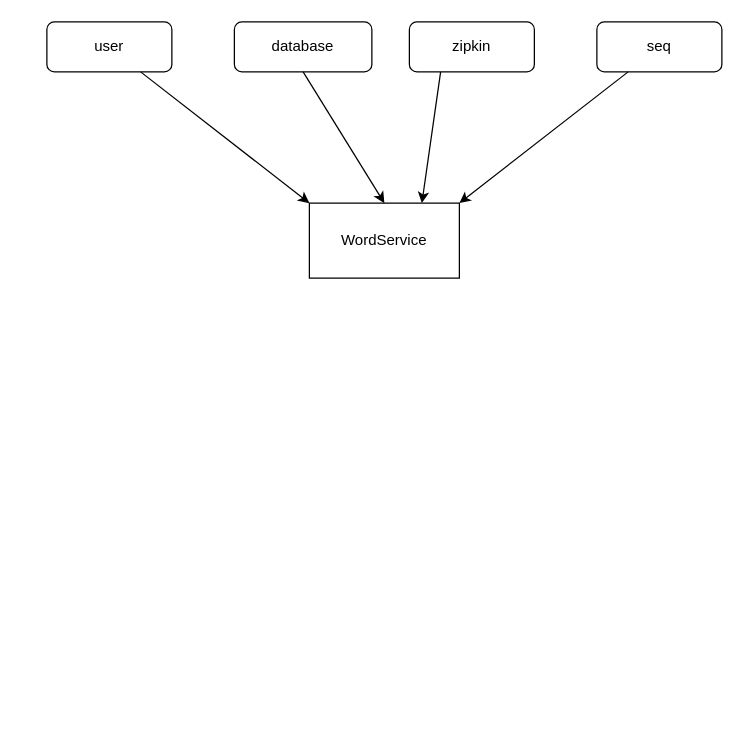
Above: Unavngivet diagram.drawio in rcilomba/search-engine (draw.io), before the change. Source tidied: cells renumbered, new cells numbered last; positions are measured from the earlier drawing's top-left corner, leaving out a move shared by most shapes. Both pictures are drawn from the tidied source at 125%, with x=0, y=0 at pixel (46, 21).
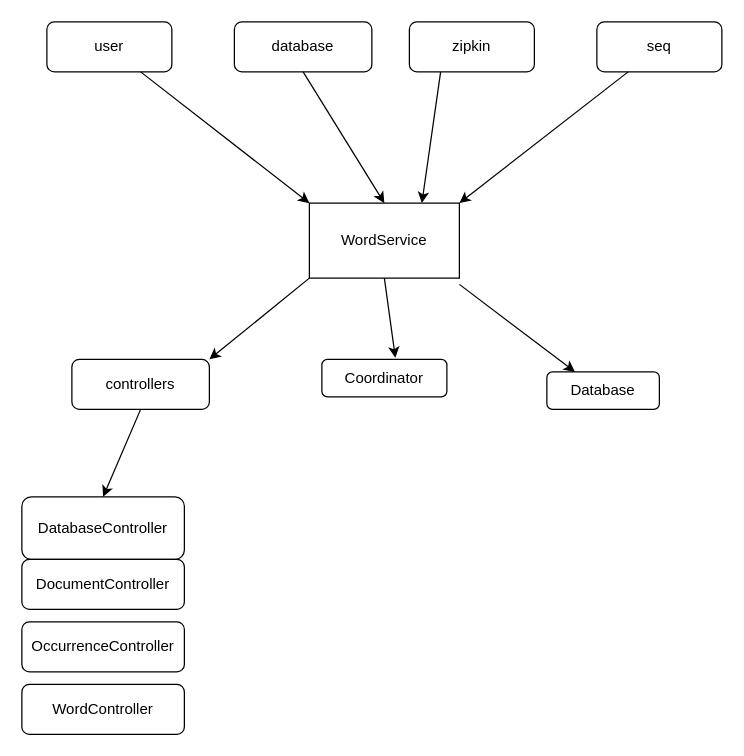
The same page after the edit.

The change refers to these unchanged cells:
```xml
<mxCell id="6" value="WordService" style="rounded=0;whiteSpace=wrap;html=1;" parent="1" vertex="1">
  <mxGeometry x="210" y="145" width="120" height="60" as="geometry" />
</mxCell>
```

Diff of the diagram source:
```diff
@@
+    <mxCell id="11" value="controllers" style="rounded=1;whiteSpace=wrap;html=1;" parent="1" vertex="1">
+      <mxGeometry x="20" y="270" width="110" height="40" as="geometry" />
+    </mxCell>
+    <mxCell id="12" style="endArrow=classic;html=1;rounded=0;entryX=1;entryY=0;entryDx=0;entryDy=0;exitX=0;exitY=1;exitDx=0;exitDy=0;" parent="1" edge="1" source="6" target="11">
+      <mxGeometry relative="1" as="geometry" />
+    </mxCell>
+    <mxCell id="13" value="DatabaseController" style="rounded=1;whiteSpace=wrap;html=1;" parent="1" vertex="1">
+      <mxGeometry x="-20" y="380" width="130" height="50" as="geometry" />
+    </mxCell>
+    <mxCell id="14" value="DocumentController" style="rounded=1;whiteSpace=wrap;html=1;" parent="1" vertex="1">
+      <mxGeometry x="-20" y="430" width="130" height="40" as="geometry" />
+    </mxCell>
+    <mxCell id="15" value="OccurrenceController" style="rounded=1;whiteSpace=wrap;html=1;" parent="1" vertex="1">
+      <mxGeometry x="-20" y="480" width="130" height="40" as="geometry" />
+    </mxCell>
+    <mxCell id="16" value="WordController" style="rounded=1;whiteSpace=wrap;html=1;" parent="1" vertex="1">
+      <mxGeometry x="-20" y="530" width="130" height="40" as="geometry" />
+    </mxCell>
+    <mxCell id="17" style="endArrow=classic;html=1;rounded=0;exitX=0.5;exitY=1;exitDx=0;exitDy=0;entryX=0.5;entryY=0;entryDx=0;entryDy=0;" parent="1" edge="1" source="11" target="13">
+      <mxGeometry relative="1" as="geometry" />
+    </mxCell>
+    <mxCell id="18" value="Coordinator" style="rounded=1;whiteSpace=wrap;html=1;" parent="1" vertex="1">
+      <mxGeometry x="220" y="270" width="100" height="30" as="geometry" />
+    </mxCell>
+    <mxCell id="19" style="endArrow=classic;html=1;rounded=0;entryX=0.588;entryY=-0.04;entryDx=0;entryDy=0;entryPerimeter=0;exitX=0.5;exitY=1;exitDx=0;exitDy=0;" parent="1" edge="1" source="6" target="18">
+      <mxGeometry relative="1" as="geometry" />
+    </mxCell>
+    <mxCell id="20" value="Database" style="rounded=1;whiteSpace=wrap;html=1;" parent="1" vertex="1">
+      <mxGeometry x="400" y="280" width="90" height="30" as="geometry" />
+    </mxCell>
+    <mxCell id="21" style="endArrow=classic;html=1;rounded=0;entryX=0.25;entryY=0;entryDx=0;entryDy=0;" parent="1" edge="1" target="20">
+      <mxGeometry relative="1" as="geometry">
+        <mxPoint x="330" y="210" as="sourcePoint" />
+      </mxGeometry>
+    </mxCell>
```
